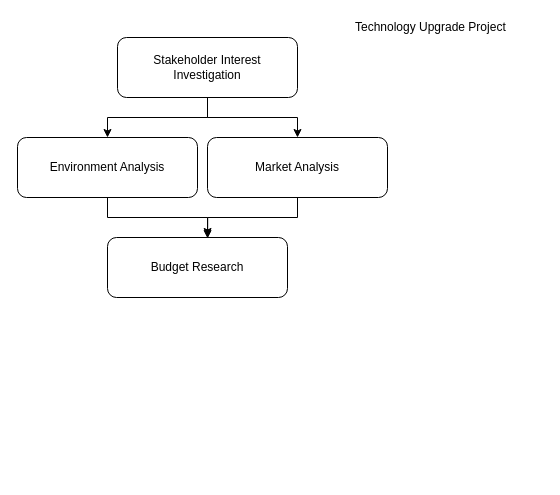
Before: Untitled Diagram.drawio in cschellenberger/Analysis-Fundamentals, a draw.io diagram. Source tidied: cells renumbered, new cells numbered last; positions are measured from the earlier drawing's top-left corner, leaving out a move shared by most shapes. Both pictures are drawn from the tidied source at 100%, with x=0, y=0 at pixel (17, 17).
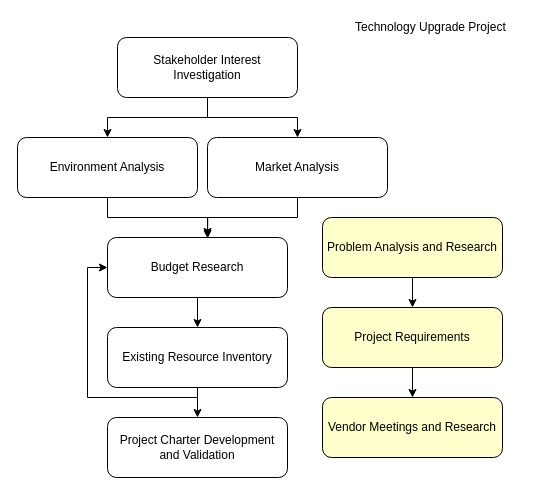
Above is the later version.

Unchanged cells that the change refers to:
```xml
<mxCell id="10" value="Budget Research" style="rounded=1;whiteSpace=wrap;html=1;" parent="1" vertex="1">
  <mxGeometry x="90" y="220" width="180" height="60" as="geometry" />
</mxCell>
```

The edit, as a diff of the source:
```diff
@@
+    <mxCell id="11" style="edgeStyle=orthogonalEdgeStyle;rounded=0;jettySize=auto;html=1;entryX=0.5;entryY=0;entryDx=0;entryDy=0;" parent="1" edge="1" source="10" target="14">
+      <mxGeometry relative="1" as="geometry" />
+    </mxCell>
@@
+    <mxCell id="12" style="edgeStyle=orthogonalEdgeStyle;rounded=0;jettySize=auto;html=1;entryX=0.5;entryY=0;entryDx=0;entryDy=0;" parent="1" edge="1" source="14" target="15">
+      <mxGeometry relative="1" as="geometry" />
+    </mxCell>
+    <mxCell id="13" style="edgeStyle=orthogonalEdgeStyle;rounded=0;jettySize=auto;html=1;exitX=0.5;exitY=1;exitDx=0;exitDy=0;entryX=0;entryY=0.5;entryDx=0;entryDy=0;" parent="1" edge="1" source="14" target="10">
+      <mxGeometry relative="1" as="geometry">
+        <Array as="points">
+          <mxPoint x="180" y="380" />
+          <mxPoint x="70" y="380" />
+          <mxPoint x="70" y="250" />
+        </Array>
+      </mxGeometry>
+    </mxCell>
+    <mxCell id="14" value="Existing Resource Inventory" style="rounded=1;whiteSpace=wrap;html=1;" parent="1" vertex="1">
+      <mxGeometry x="90" y="310" width="180" height="60" as="geometry" />
+    </mxCell>
+    <mxCell id="15" value="Project Charter Development and Validation" style="rounded=1;whiteSpace=wrap;html=1;" parent="1" vertex="1">
+      <mxGeometry x="90" y="400" width="180" height="60" as="geometry" />
+    </mxCell>
+    <mxCell id="16" value="Vendor Meetings and Research" style="rounded=1;whiteSpace=wrap;html=1;fillColor=#FFFFCC;" parent="1" vertex="1">
+      <mxGeometry x="305" y="380" width="180" height="60" as="geometry" />
+    </mxCell>
+    <mxCell id="17" style="edgeStyle=orthogonalEdgeStyle;rounded=0;jettySize=auto;html=1;entryX=0.5;entryY=0;entryDx=0;entryDy=0;" parent="1" edge="1" source="18" target="20">
+      <mxGeometry relative="1" as="geometry" />
+    </mxCell>
+    <mxCell id="18" value="Problem Analysis and Research" style="rounded=1;whiteSpace=wrap;html=1;fillColor=#FFFFCC;" parent="1" vertex="1">
+      <mxGeometry x="305" y="200" width="180" height="60" as="geometry" />
+    </mxCell>
+    <mxCell id="19" style="edgeStyle=orthogonalEdgeStyle;rounded=0;jettySize=auto;html=1;entryX=0.5;entryY=0;entryDx=0;entryDy=0;" parent="1" edge="1" source="20" target="16">
+      <mxGeometry relative="1" as="geometry" />
+    </mxCell>
+    <mxCell id="20" value="Project Requirements" style="rounded=1;whiteSpace=wrap;html=1;fillColor=#FFFFCC;" parent="1" vertex="1">
+      <mxGeometry x="305" y="290" width="180" height="60" as="geometry" />
+    </mxCell>
```
